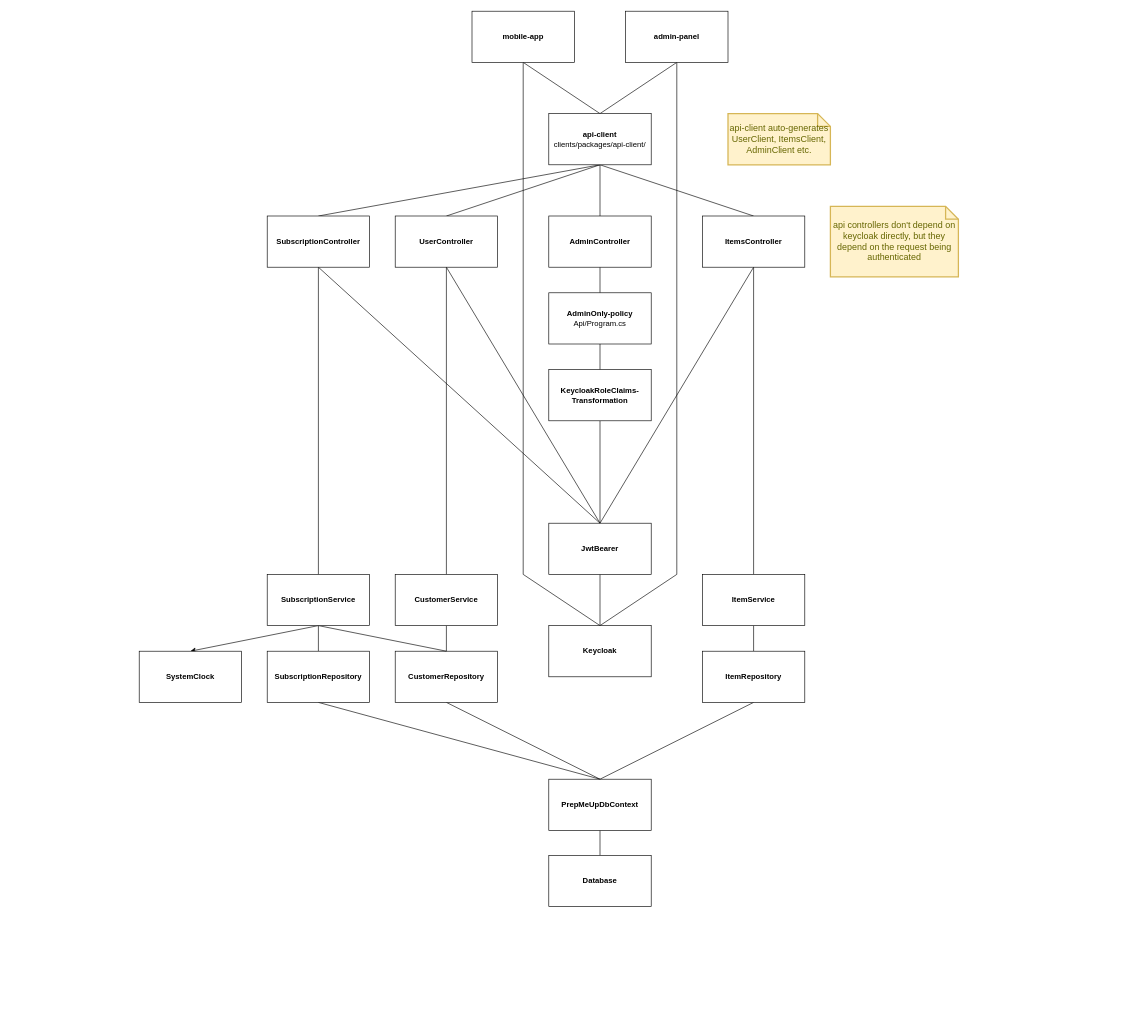
Before: docs/assets/drawio/dependency-tree.drawio in Mosekjaer/prepmeup, a draw.io diagram. Source tidied: cells renumbered, new cells numbered last; positions are measured from the earlier drawing's top-left corner, leaving out a move shared by most shapes. Both pictures are drawn from the tidied source at 64%, with x=0, y=0 at pixel (139, 11).
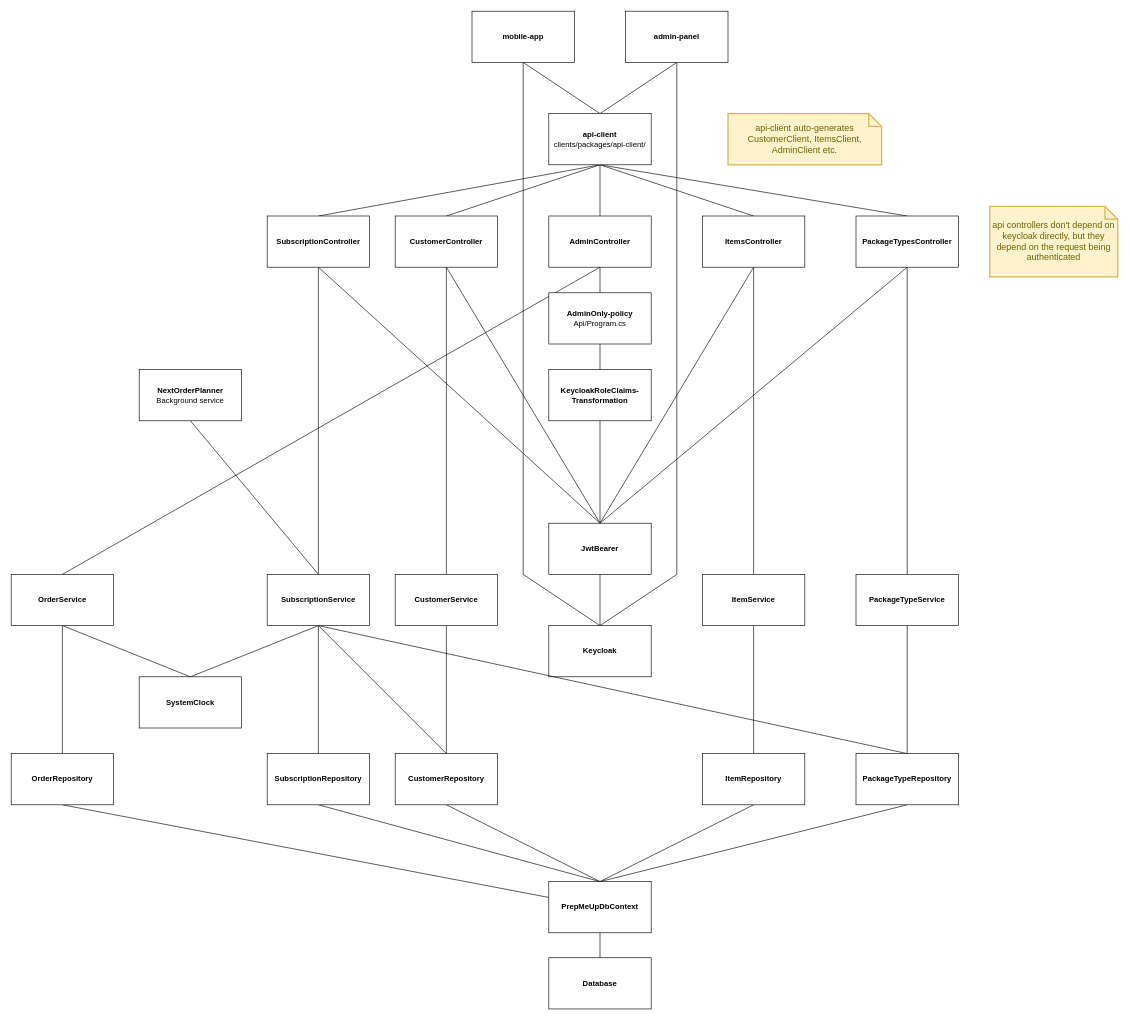
Above is the later version.

Commit message:
docs: update dependency tree to match the code

The change refers to these unchanged cells:
```xml
<mxCell id="12" value="&lt;b&gt;api-client&lt;/b&gt;&lt;br&gt;&lt;div&gt;clients/packages/api-client/&lt;/div&gt;" style="html=1;whiteSpace=wrap;" parent="1" vertex="1">
  <mxGeometry x="640" y="160" width="160" height="80" as="geometry" />
</mxCell>
<mxCell id="14" value="&lt;b&gt;AdminController&lt;/b&gt;" style="html=1;whiteSpace=wrap;" parent="1" vertex="1">
  <mxGeometry x="640" y="320" width="160" height="80" as="geometry" />
</mxCell>
<mxCell id="24" value="&lt;b&gt;JwtBearer&lt;/b&gt;" style="html=1;whiteSpace=wrap;" parent="1" vertex="1">
  <mxGeometry x="640" y="800" width="160" height="80" as="geometry" />
</mxCell>
<mxCell id="45" value="&lt;b&gt;SubscriptionService&lt;/b&gt;" style="html=1;whiteSpace=wrap;" parent="1" vertex="1">
  <mxGeometry x="200" y="880" width="160" height="80" as="geometry" />
</mxCell>
```

The edit, as a diff of the source:
```diff
@@
+    <mxCell id="51" style="rounded=0;jettySize=auto;html=1;exitX=0.5;exitY=1;exitDx=0;exitDy=0;entryX=0.5;entryY=0;entryDx=0;entryDy=0;defaultLabelBackgroundColor=page;labelPadding=0 4;endArrow=none;endFill=0;" parent="1" edge="1" source="12" target="56">
+      <mxGeometry relative="1" as="geometry" />
+    </mxCell>
@@
+    <mxCell id="52" style="rounded=0;jettySize=auto;html=1;exitX=0.5;exitY=1;exitDx=0;exitDy=0;entryX=0.5;entryY=0;entryDx=0;entryDy=0;defaultLabelBackgroundColor=page;labelPadding=0 4;endArrow=none;endFill=0;" parent="1" edge="1" source="14" target="65">
+      <mxGeometry relative="1" as="geometry" />
+    </mxCell>
@@
-    <mxCell id="21" value="&lt;b&gt;UserController&lt;/b&gt;" style="html=1;whiteSpace=wrap;" parent="1" vertex="1">
+    <mxCell id="21" value="&lt;b&gt;CustomerController&lt;/b&gt;" style="html=1;whiteSpace=wrap;" parent="1" vertex="1">
       <mxGeometry x="400" y="320" width="160" height="80" as="geometry" />
     </mxCell>
@@
     <mxCell id="26" value="&lt;b&gt;CustomerRepository&lt;/b&gt;" style="html=1;whiteSpace=wrap;" parent="1" vertex="1">
-      <mxGeometry x="400" y="1000" width="160" height="80" as="geometry" />
+      <mxGeometry x="400" y="1160" width="160" height="80" as="geometry" />
     </mxCell>
@@
     <mxCell id="28" value="&lt;b&gt;PrepMeUpDbContext&lt;/b&gt;" style="html=1;whiteSpace=wrap;" parent="1" vertex="1">
-      <mxGeometry x="640" y="1200" width="160" height="80" as="geometry" />
+      <mxGeometry x="640" y="1360" width="160" height="80" as="geometry" />
     </mxCell>
     <mxCell id="29" value="&lt;b&gt;Database&lt;/b&gt;" style="html=1;whiteSpace=wrap;" parent="1" vertex="1">
-      <mxGeometry x="640" y="1319" width="160" height="80" as="geometry" />
+      <mxGeometry x="640" y="1479" width="160" height="80" as="geometry" />
     </mxCell>
@@
     <mxCell id="33" value="&lt;b&gt;ItemRepository&lt;/b&gt;" style="html=1;whiteSpace=wrap;" parent="1" vertex="1">
-      <mxGeometry x="880" y="1000" width="160" height="80" as="geometry" />
+      <mxGeometry x="880" y="1160" width="160" height="80" as="geometry" />
     </mxCell>
@@
-    <mxCell id="35" value="api-client auto-generates UserClient, ItemsClient, AdminClient etc." style="shape=note;strokeWidth=2;fontSize=14;size=20;whiteSpace=wrap;html=1;fillColor=#fff2cc;strokeColor=#d6b656;fontColor=#666600;" parent="1" vertex="1">
-      <mxGeometry x="920" y="160" width="160" height="80" as="geometry" />
+    <mxCell id="35" value="api-client auto-generates CustomerClient, ItemsClient, AdminClient etc." style="shape=note;strokeWidth=2;fontSize=14;size=20;whiteSpace=wrap;html=1;fillColor=#fff2cc;strokeColor=#d6b656;fontColor=#666600;" parent="1" vertex="1">
+      <mxGeometry x="920" y="160" width="240" height="80" as="geometry" />
     </mxCell>
     <mxCell id="36" value="api controllers don't depend on keycloak directly, but they depend on the request being authenticated" style="shape=note;strokeWidth=2;fontSize=14;size=20;whiteSpace=wrap;html=1;fillColor=#fff2cc;strokeColor=#d6b656;fontColor=#666600;" parent="1" vertex="1">
-      <mxGeometry x="1080" y="305" width="200" height="110" as="geometry" />
+      <mxGeometry x="1329" y="305" width="200" height="110" as="geometry" />
     </mxCell>
@@
     <mxCell id="42" value="&lt;b&gt;SubscriptionRepository&lt;/b&gt;" style="html=1;whiteSpace=wrap;" parent="1" vertex="1">
-      <mxGeometry x="200" y="1000" width="160" height="80" as="geometry" />
+      <mxGeometry x="200" y="1160" width="160" height="80" as="geometry" />
     </mxCell>
@@
-    <mxCell id="44" style="rounded=0;jettySize=auto;html=1;exitX=0.5;exitY=1;exitDx=0;exitDy=0;entryX=0.5;entryY=0;entryDx=0;entryDy=0;defaultLabelBackgroundColor=page;" parent="1" edge="1" source="45" target="50">
+    <mxCell id="44" style="rounded=0;jettySize=auto;html=1;exitX=0.5;exitY=1;exitDx=0;exitDy=0;entryX=0.5;entryY=0;entryDx=0;entryDy=0;defaultLabelBackgroundColor=page;endArrow=none;endFill=0;" parent="1" edge="1" source="45" target="50">
       <mxGeometry relative="1" as="geometry" />
     </mxCell>
+    <mxCell id="53" style="rounded=0;jettySize=auto;html=1;exitX=0.5;exitY=1;exitDx=0;exitDy=0;defaultLabelBackgroundColor=page;labelPadding=0 4;endArrow=none;endFill=0;entryX=0.5;entryY=0;entryDx=0;entryDy=0;" parent="1" edge="1" source="45" target="62">
+      <mxGeometry relative="1" as="geometry" />
+    </mxCell>
@@
     <mxCell id="50" value="&lt;b&gt;SystemClock&lt;/b&gt;" style="html=1;whiteSpace=wrap;" parent="1" vertex="1">
-      <mxGeometry y="1000" width="160" height="80" as="geometry" />
+      <mxGeometry y="1040" width="160" height="80" as="geometry" />
     </mxCell>
+    <mxCell id="54" style="edgeStyle=orthogonalEdgeStyle;rounded=0;jettySize=auto;html=1;exitX=0.5;exitY=1;exitDx=0;exitDy=0;entryX=0.5;entryY=0;entryDx=0;entryDy=0;defaultLabelBackgroundColor=page;labelPadding=0 4;endArrow=none;endFill=0;" parent="1" edge="1" source="56" target="58">
+      <mxGeometry relative="1" as="geometry" />
+    </mxCell>
+    <mxCell id="55" style="rounded=0;jettySize=auto;html=1;exitX=0.5;exitY=1;exitDx=0;exitDy=0;entryX=0.5;entryY=0;entryDx=0;entryDy=0;defaultLabelBackgroundColor=page;labelPadding=0 4;endArrow=none;endFill=0;" parent="1" edge="1" source="56" target="24">
+      <mxGeometry relative="1" as="geometry" />
+    </mxCell>
+    <mxCell id="56" value="&lt;b&gt;PackageTypesController&lt;/b&gt;" style="html=1;whiteSpace=wrap;" parent="1" vertex="1">
+      <mxGeometry x="1120" y="320" width="160" height="80" as="geometry" />
+    </mxCell>
+    <mxCell id="57" style="edgeStyle=orthogonalEdgeStyle;rounded=0;jettySize=auto;html=1;exitX=0.5;exitY=1;exitDx=0;exitDy=0;entryX=0.5;entryY=0;entryDx=0;entryDy=0;defaultLabelBackgroundColor=page;labelPadding=0 4;endArrow=none;endFill=0;" parent="1" edge="1" source="58" target="62">
+      <mxGeometry relative="1" as="geometry" />
+    </mxCell>
+    <mxCell id="58" value="&lt;b&gt;PackageTypeService&lt;/b&gt;" style="html=1;whiteSpace=wrap;" parent="1" vertex="1">
+      <mxGeometry x="1120" y="880" width="160" height="80" as="geometry" />
+    </mxCell>
+    <mxCell id="59" style="rounded=0;jettySize=auto;html=1;exitX=0.5;exitY=1;exitDx=0;exitDy=0;entryX=0.5;entryY=0;entryDx=0;entryDy=0;defaultLabelBackgroundColor=page;labelPadding=0 4;endArrow=none;endFill=0;" parent="1" edge="1" source="60" target="45">
+      <mxGeometry relative="1" as="geometry" />
+    </mxCell>
+    <mxCell id="60" value="&lt;b&gt;NextOrderPlanner&lt;/b&gt;&lt;div&gt;Background service&lt;/div&gt;" style="html=1;whiteSpace=wrap;" parent="1" vertex="1">
+      <mxGeometry y="560" width="160" height="80" as="geometry" />
+    </mxCell>
+    <mxCell id="61" style="rounded=0;jettySize=auto;html=1;exitX=0.5;exitY=1;exitDx=0;exitDy=0;entryX=0.5;entryY=0;entryDx=0;entryDy=0;defaultLabelBackgroundColor=page;labelPadding=0 4;endArrow=none;endFill=0;" parent="1" edge="1" source="62" target="28">
+      <mxGeometry relative="1" as="geometry" />
+    </mxCell>
+    <mxCell id="62" value="&lt;b&gt;PackageTypeRepository&lt;/b&gt;" style="html=1;whiteSpace=wrap;" parent="1" vertex="1">
+      <mxGeometry x="1120" y="1160" width="160" height="80" as="geometry" />
+    </mxCell>
+    <mxCell id="63" style="edgeStyle=orthogonalEdgeStyle;rounded=0;jettySize=auto;html=1;exitX=0.5;exitY=1;exitDx=0;exitDy=0;entryX=0.5;entryY=0;entryDx=0;entryDy=0;defaultLabelBackgroundColor=page;labelPadding=0 4;endArrow=none;endFill=0;" parent="1" edge="1" source="65" target="67">
+      <mxGeometry relative="1" as="geometry" />
+    </mxCell>
+    <mxCell id="64" style="rounded=0;jettySize=auto;html=1;exitX=0.5;exitY=1;exitDx=0;exitDy=0;entryX=0.5;entryY=0;entryDx=0;entryDy=0;defaultLabelBackgroundColor=page;labelPadding=0 4;endArrow=none;endFill=0;" parent="1" edge="1" source="65" target="50">
+      <mxGeometry relative="1" as="geometry" />
+    </mxCell>
+    <mxCell id="65" value="&lt;div&gt;&lt;b&gt;OrderService&lt;/b&gt;&lt;/div&gt;" style="html=1;whiteSpace=wrap;" parent="1" vertex="1">
+      <mxGeometry x="-200" y="880" width="160" height="80" as="geometry" />
+    </mxCell>
+    <mxCell id="66" style="rounded=0;jettySize=auto;html=1;exitX=0.5;exitY=1;exitDx=0;exitDy=0;defaultLabelBackgroundColor=page;labelPadding=0 4;endArrow=none;endFill=0;" parent="1" edge="1" source="67" target="28">
+      <mxGeometry relative="1" as="geometry" />
+    </mxCell>
+    <mxCell id="67" value="&lt;div&gt;&lt;b&gt;OrderRepository&lt;/b&gt;&lt;/div&gt;" style="html=1;whiteSpace=wrap;" parent="1" vertex="1">
+      <mxGeometry x="-200" y="1160" width="160" height="80" as="geometry" />
+    </mxCell>
```
